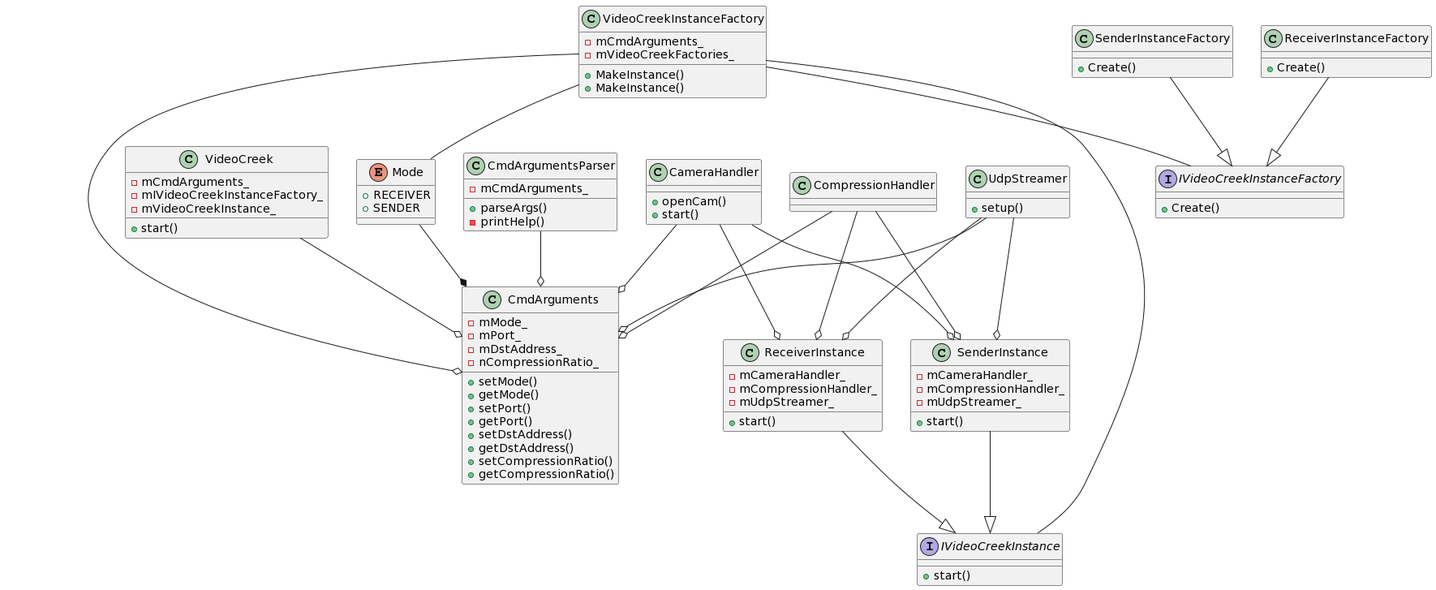
The PlantUML diagram docs/ClassesDiagramUML.png in jwolak/VideoCreek, before a commit. Its diagram source:
```plantuml
@startuml
class VideoCreek
{
  +start()

  -mCmdArguments_
  -mIVideoCreekInstanceFactory_
  -mVideoCreekInstance_
}

class CmdArguments
{
  +setMode()
  +getMode()
  +setPort()
  +getPort()
  +setDstAddress()
  +getDstAddress()
  +setCompressionRatio()
  +getCompressionRatio()

  -mMode_
  -mPort_
  -mDstAddress_
  -nCompressionRatio_
}

enum Mode
{
  +RECEIVER
  +SENDER
}

class CmdArgumentsParser
{
  +parseArgs()

  -mCmdArguments_
  -printHelp()
}

class VideoCreekInstanceFactory
{
  +MakeInstance()

  -mCmdArguments_
  -mVideoCreekFactories_
}

interface IVideoCreekInstanceFactory
{
  +Create()
}

class ReceiverInstanceFactory
{
  +Create()
}

class SenderInstanceFactory
{
  +Create()
}

interface IVideoCreekInstance
{
  +start()
}

class SenderInstance
{
  +start()

  -mCameraHandler_
  -mCompressionHandler_
  -mUdpStreamer_
}

class ReceiverInstance
{
  +start()

  -mCameraHandler_
  -mCompressionHandler_
  -mUdpStreamer_
}

class VideoCreekInstanceFactory
{
  +MakeInstance()
}

class CameraHandler
{
  +openCam()
  +start()
}

class CompressionHandler
{
}

class UdpStreamer
{
  +setup()
}

Mode --* CmdArguments
CmdArgumentsParser --o CmdArguments
VideoCreek --o CmdArguments
VideoCreekInstanceFactory -- Mode
VideoCreekInstanceFactory --o CmdArguments
ReceiverInstanceFactory --|> IVideoCreekInstanceFactory
SenderInstanceFactory --|> IVideoCreekInstanceFactory
SenderInstance --|> IVideoCreekInstance
ReceiverInstance --|> IVideoCreekInstance
VideoCreekInstanceFactory -- IVideoCreekInstanceFactory
VideoCreekInstanceFactory -- IVideoCreekInstance
CameraHandler --o CmdArguments
CompressionHandler --o CmdArguments
UdpStreamer --o CmdArguments
CameraHandler --o SenderInstance
CompressionHandler --o SenderInstance
UdpStreamer --o SenderInstance
CameraHandler --o ReceiverInstance
CompressionHandler --o ReceiverInstance
UdpStreamer --o ReceiverInstance
@enduml
```
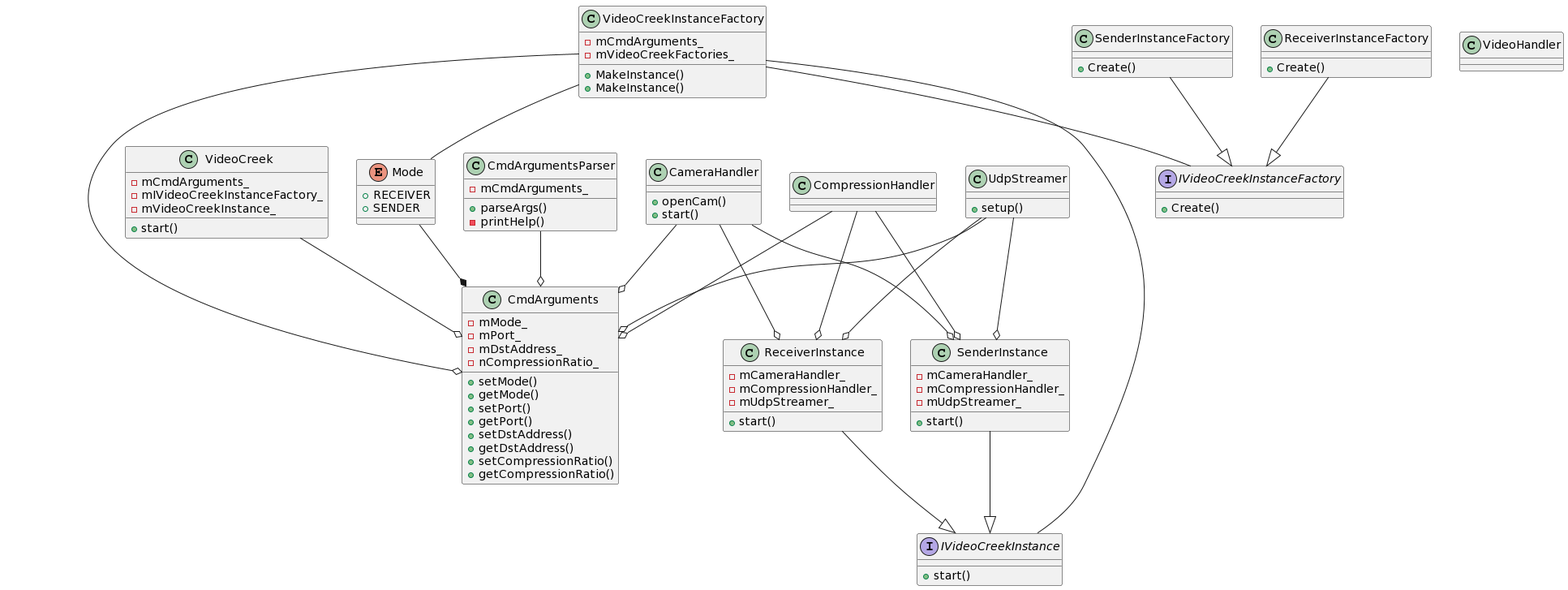
After the change.

Commit message:
VideoHandler class skeleton created

What changed in the source:
```diff
@@ -105,6 +105,10 @@
   +setup()
 }
 
+class VideoHandler
+{
+}
+
 Mode --* CmdArguments
 CmdArgumentsParser --o CmdArguments
 VideoCreek --o CmdArguments
```
